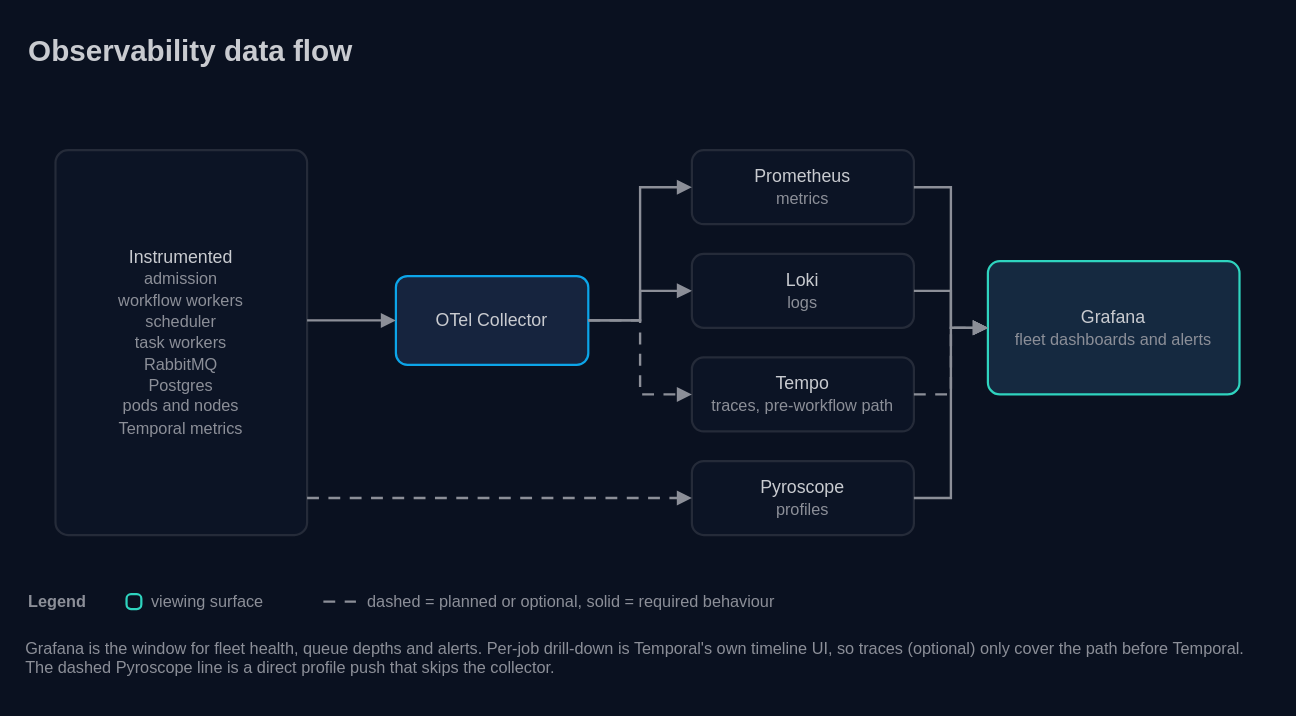
This is docs/architecture/05-observability-data-flow.drawio from AndoNorth/wasm-dag-forge, a draw.io file, before an edit. Source tidied: cells renumbered, new cells numbered last; positions are measured from the earlier drawing's top-left corner, leaving out a move shared by most shapes. Both pictures are drawn from the tidied source at 148%, with x=0, y=0 at pixel (25, 25).
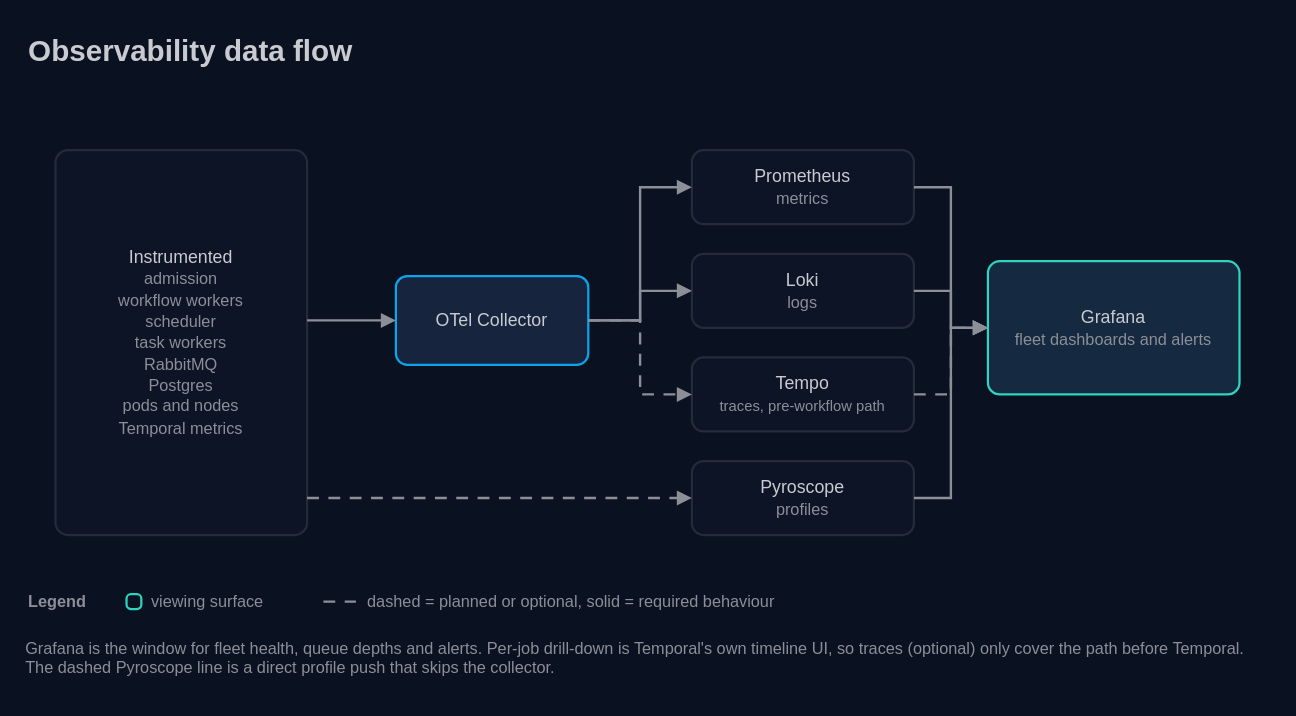
Above is the later version.

Diff of the diagram source:
```diff
@@
-    <mxCell id="7" value="Tempo&lt;br&gt;&lt;font color=&quot;#8c8f98&quot; style=&quot;font-size:11px&quot;&gt;traces, pre-workflow path&lt;/font&gt;" style="rounded=1;arcSize=16;html=1;whiteSpace=wrap;fillColor=#0c1425;strokeColor=#252b39;strokeWidth=1.5;fontColor=#c9cbd0;fontSize=12;fontFamily=IBM Plex Sans;" parent="1" vertex="1">
+    <mxCell id="7" value="Tempo&lt;br&gt;&lt;font color=&quot;#8c8f98&quot; style=&quot;font-size:10px&quot;&gt;traces, pre-workflow path&lt;/font&gt;" style="rounded=1;arcSize=16;html=1;whiteSpace=wrap;fillColor=#0c1425;strokeColor=#252b39;strokeWidth=1.5;fontColor=#c9cbd0;fontSize=12;fontFamily=IBM Plex Sans;" parent="1" vertex="1">
       <mxGeometry x="450" y="224" width="150" height="50" as="geometry" />
     </mxCell>
```
